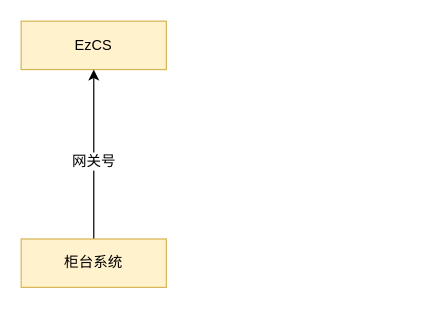
The draw.io diagram page "Page-3" (3 of 4) of Untitled Diagram.drawio in gotrade/gotrade, before the edit. Source tidied: cells renumbered, new cells numbered last; positions are measured from the earlier drawing's top-left corner, leaving out a move shared by most shapes. Both pictures are drawn from the tidied source at 121%, with x=0, y=0 at pixel (21, 21).
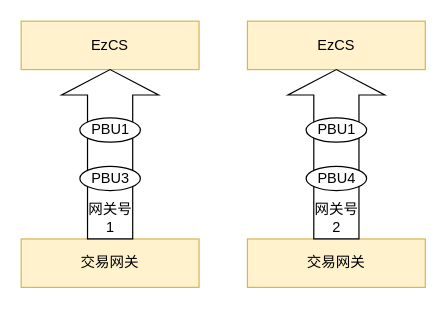
Above is the later version.

Change to the diagram source:
```diff
@@
 <mxGraphModel>
   <root>
     <mxCell id="0" />
     <mxCell id="1" parent="0" />
     <mxCell id="2" value="EzCS" style="rounded=0;whiteSpace=wrap;html=1;fillColor=#fff2cc;strokeColor=#d6b656;" parent="1" vertex="1">
-      <mxGeometry width="120" height="40" as="geometry" />
+      <mxGeometry width="147" height="40" as="geometry" />
     </mxCell>
-    <mxCell id="3" style="edgeStyle=orthogonalEdgeStyle;rounded=0;jettySize=auto;html=1;entryX=0.5;entryY=1;entryDx=0;entryDy=0;endArrow=classic;endFill=1;" parent="1" edge="1" source="5" target="2">
-      <mxGeometry relative="1" as="geometry" />
-    </mxCell>
-    <mxCell id="4" value="网关号" style="text;html=1;align=center;verticalAlign=middle;labelBackgroundColor=#ffffff;" parent="3" vertex="1">
-      <mxGeometry x="-0.07" y="1" relative="1" as="geometry" />
-    </mxCell>
-    <mxCell id="5" value="柜台系统" style="rounded=0;whiteSpace=wrap;html=1;fillColor=#fff2cc;strokeColor=#d6b656;" parent="1" vertex="1">
-      <mxGeometry y="180" width="120" height="40" as="geometry" />
+    <mxCell id="5" value="交易网关" style="rounded=0;whiteSpace=wrap;html=1;fillColor=#fff2cc;strokeColor=#d6b656;" parent="1" vertex="1">
+      <mxGeometry y="180" width="147" height="40" as="geometry" />
     </mxCell>
+    <mxCell id="6" value="网关号&lt;br&gt;1" style="shape=singleArrow;direction=north;whiteSpace=wrap;html=1;arrowWidth=0.4666666666666667;arrowSize=0.15;verticalAlign=bottom;" parent="1" vertex="1">
+      <mxGeometry x="33.5" y="40" width="80" height="140" as="geometry" />
+    </mxCell>
+    <mxCell id="7" value="PBU1" style="ellipse;whiteSpace=wrap;html=1;" parent="1" vertex="1">
+      <mxGeometry x="48.5" y="80" width="50" height="20" as="geometry" />
+    </mxCell>
+    <mxCell id="8" value="PBU3" style="ellipse;whiteSpace=wrap;html=1;" parent="1" vertex="1">
+      <mxGeometry x="48.5" y="120" width="50" height="20" as="geometry" />
+    </mxCell>
+    <mxCell id="9" value="EzCS" style="rounded=0;whiteSpace=wrap;html=1;fillColor=#fff2cc;strokeColor=#d6b656;" parent="1" vertex="1">
+      <mxGeometry x="187" width="147" height="40" as="geometry" />
+    </mxCell>
+    <mxCell id="10" value="交易网关" style="rounded=0;whiteSpace=wrap;html=1;fillColor=#fff2cc;strokeColor=#d6b656;" parent="1" vertex="1">
+      <mxGeometry x="187" y="180" width="147" height="40" as="geometry" />
+    </mxCell>
+    <mxCell id="11" value="网关号&lt;br&gt;2" style="shape=singleArrow;direction=north;whiteSpace=wrap;html=1;arrowWidth=0.4666666666666667;arrowSize=0.15;verticalAlign=bottom;" parent="1" vertex="1">
+      <mxGeometry x="220.5" y="40" width="80" height="140" as="geometry" />
+    </mxCell>
+    <mxCell id="12" value="PBU1" style="ellipse;whiteSpace=wrap;html=1;" parent="1" vertex="1">
+      <mxGeometry x="235.5" y="80" width="50" height="20" as="geometry" />
+    </mxCell>
+    <mxCell id="13" value="PBU4" style="ellipse;whiteSpace=wrap;html=1;" parent="1" vertex="1">
+      <mxGeometry x="235.5" y="120" width="50" height="20" as="geometry" />
+    </mxCell>
   </root>
 </mxGraphModel>
```
